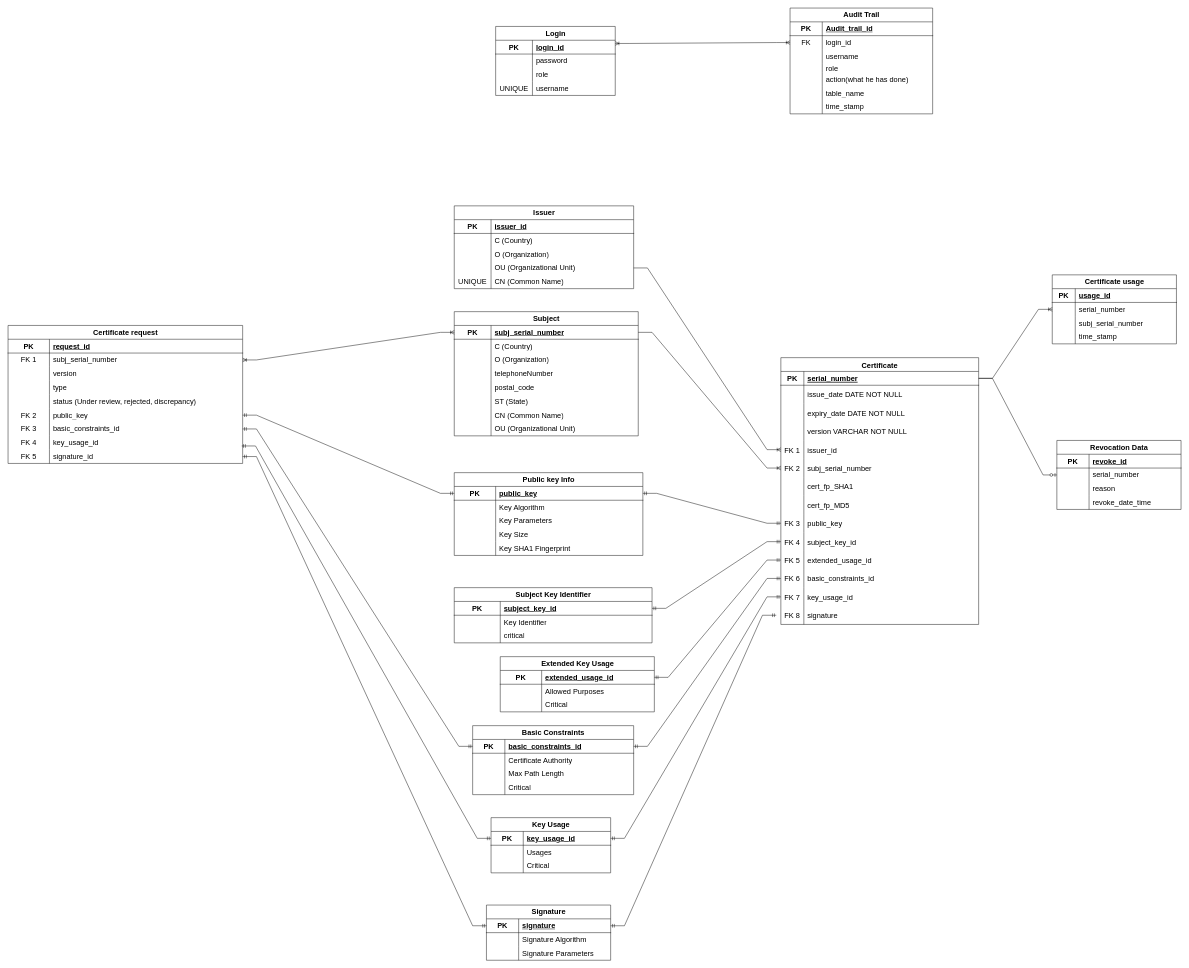
Earlier version of the draw.io diagram testDB1.drawio (mimoneysh/DB_Design). Source tidied: cells renumbered, new cells numbered last; positions are measured from the earlier drawing's top-left corner, leaving out a move shared by most shapes. Both pictures are drawn from the tidied source at 46%, with x=0, y=0 at pixel (8, 8).
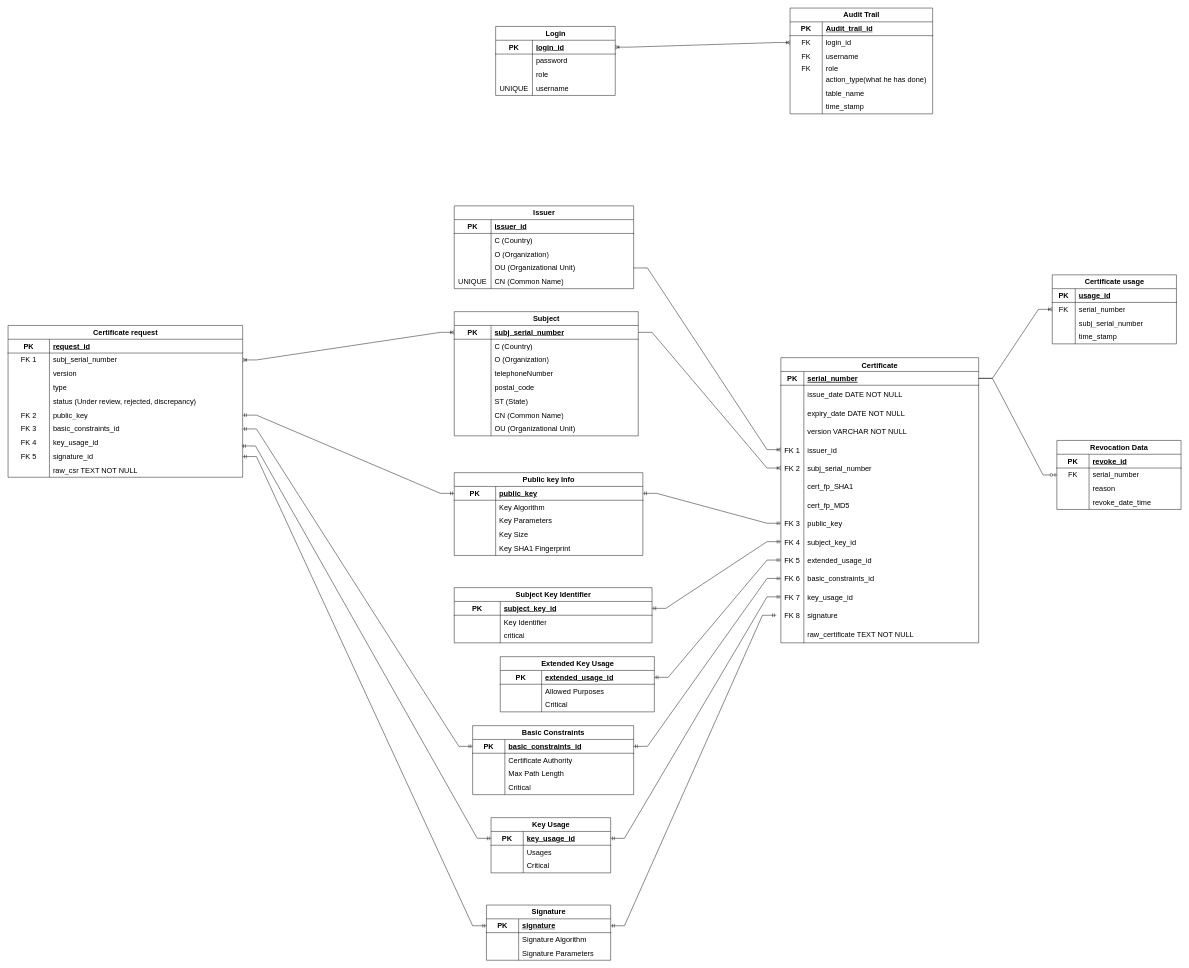
The same diagram, later.

The change refers to these unchanged cells:
```xml
<mxCell id="184" style="shape=tableRow;horizontal=0;startSize=0;swimlaneHead=0;swimlaneBody=0;fillColor=none;points=[[0,0.5],[1,0.5]];portConstraint=eastwest;top=0;left=0;right=0;bottom=1;fontSize=16;" parent="183" vertex="1">
  <mxGeometry y="30" width="260" height="30" as="geometry" />
</mxCell>
<mxCell id="200" style="shape=tableRow;horizontal=0;startSize=0;swimlaneHead=0;swimlaneBody=0;fillColor=none;points=[[0,0.5],[1,0.5]];portConstraint=eastwest;top=0;left=0;right=0;bottom=0;fontSize=16;" parent="196" vertex="1">
  <mxGeometry y="60" width="310" height="30" as="geometry" />
</mxCell>
<mxCell id="203" style="shape=tableRow;horizontal=0;startSize=0;swimlaneHead=0;swimlaneBody=0;fillColor=none;top=0;left=0;right=0;bottom=0;fontSize=16;" parent="196" vertex="1">
  <mxGeometry y="90" width="310" height="30" as="geometry" />
</mxCell>
<mxCell id="206" style="shape=tableRow;horizontal=0;startSize=0;swimlaneHead=0;swimlaneBody=0;fillColor=none;top=0;left=0;right=0;bottom=0;fontSize=16;" parent="196" vertex="1">
  <mxGeometry y="120" width="310" height="20" as="geometry" />
</mxCell>
<mxCell id="209" style="shape=tableRow;horizontal=0;startSize=0;swimlaneHead=0;swimlaneBody=0;fillColor=none;top=0;left=0;right=0;bottom=0;fontSize=16;" parent="196" vertex="1">
  <mxGeometry y="140" width="310" height="30" as="geometry" />
</mxCell>
<mxCell id="222" style="shape=tableRow;horizontal=0;startSize=0;swimlaneHead=0;swimlaneBody=0;fillColor=none;points=[[0,0.5],[1,0.5]];portConstraint=eastwest;top=0;left=0;right=0;bottom=0;fontSize=16;" parent="218" vertex="1">
  <mxGeometry y="60" width="270" height="30" as="geometry" />
</mxCell>
<mxCell id="235" style="shape=tableRow;horizontal=0;startSize=0;swimlaneHead=0;swimlaneBody=0;fillColor=none;points=[[0,0.5],[1,0.5]];portConstraint=eastwest;top=0;left=0;right=0;bottom=0;fontSize=16;" parent="231" vertex="1">
  <mxGeometry y="60" width="270" height="30" as="geometry" />
</mxCell>
```

Diff of the diagram source:
```diff
@@
     <mxCell id="2" value="Certificate" style="shape=table;startSize=30;childLayout=tableLayout;rowLines=0;fontStyle=1;align=center;fillColor=none;strokeColor=#000000;fontSize=16;" parent="1" vertex="1">
-      <mxGeometry x="1680" y="760" width="430" height="580" as="geometry" />
+      <mxGeometry x="1680" y="760" width="430" height="620" as="geometry" />
     </mxCell>
@@
+    <mxCell id="260" style="shape=partialRectangle;fillColor=none;top=0;left=0;right=0;bottom=0;fontSize=16;" parent="2" vertex="1">
+      <mxGeometry y="580" width="430" height="40" as="geometry" />
+    </mxCell>
+    <mxCell id="261" style="shape=partialRectangle;overflow=hidden;fillColor=none;top=0;left=0;bottom=0;right=0;strokeColor=#000000;fontSize=16;" parent="260" vertex="1">
+      <mxGeometry width="50" height="40" as="geometry" />
+    </mxCell>
+    <mxCell id="262" value="raw_certificate TEXT NOT NULL" style="shape=partialRectangle;overflow=hidden;fillColor=none;top=0;left=0;bottom=0;right=0;align=left;spacingLeft=6;dashed=1;strokeColor=#000000;fontSize=16;" parent="260" vertex="1">
+      <mxGeometry x="50" width="380" height="40" as="geometry" />
+    </mxCell>
@@
     <mxCell id="155" value="Certificate request" style="shape=table;startSize=30;childLayout=tableLayout;rowLines=0;fontStyle=1;align=center;html=1;fontSize=16;" parent="1" vertex="1">
-      <mxGeometry y="690" width="510" height="300" as="geometry" />
+      <mxGeometry y="690" width="510" height="330" as="geometry" />
     </mxCell>
@@
+    <mxCell id="263" style="shape=tableRow;horizontal=0;startSize=0;swimlaneHead=0;swimlaneBody=0;fillColor=none;top=0;left=0;right=0;bottom=0;fontSize=16;" parent="155" vertex="1">
+      <mxGeometry y="300" width="510" height="30" as="geometry" />
+    </mxCell>
+    <mxCell id="264" style="shape=partialRectangle;fillColor=none;top=0;left=0;bottom=0;right=0;overflow=hidden;whiteSpace=wrap;html=1;fontSize=16;" parent="263" vertex="1">
+      <mxGeometry width="90" height="30" as="geometry" />
+    </mxCell>
+    <mxCell id="265" value="raw_csr TEXT NOT NULL" style="shape=partialRectangle;fillColor=none;top=0;left=0;bottom=0;right=0;align=left;spacingLeft=6;overflow=hidden;whiteSpace=wrap;html=1;fontSize=16;" parent="263" vertex="1">
+      <mxGeometry x="90" width="420" height="30" as="geometry" />
+    </mxCell>
@@
-    <mxCell id="204" style="shape=partialRectangle;fillColor=none;top=0;left=0;bottom=0;right=0;overflow=hidden;whiteSpace=wrap;html=1;fontSize=16;" parent="203" vertex="1">
+    <mxCell id="204" value="FK" style="shape=partialRectangle;fillColor=none;top=0;left=0;bottom=0;right=0;overflow=hidden;whiteSpace=wrap;html=1;fontSize=16;" parent="203" vertex="1">
       <mxGeometry width="70" height="30" as="geometry" />
     </mxCell>
@@
-    <mxCell id="207" style="shape=partialRectangle;fillColor=none;top=0;left=0;bottom=0;right=0;overflow=hidden;whiteSpace=wrap;html=1;fontSize=16;" parent="206" vertex="1">
+    <mxCell id="207" value="FK" style="shape=partialRectangle;fillColor=none;top=0;left=0;bottom=0;right=0;overflow=hidden;whiteSpace=wrap;html=1;fontSize=16;" parent="206" vertex="1">
       <mxGeometry width="70" height="20" as="geometry" />
     </mxCell>
@@
-    <mxCell id="211" value="action(what he has done)" style="shape=partialRectangle;fillColor=none;top=0;left=0;bottom=0;right=0;align=left;spacingLeft=6;overflow=hidden;whiteSpace=wrap;html=1;fontSize=16;" parent="209" vertex="1">
+    <mxCell id="211" value="action_type(what he has done)" style="shape=partialRectangle;fillColor=none;top=0;left=0;bottom=0;right=0;align=left;spacingLeft=6;overflow=hidden;whiteSpace=wrap;html=1;fontSize=16;" parent="209" vertex="1">
       <mxGeometry x="70" width="240" height="30" as="geometry" />
     </mxCell>
@@
-    <mxCell id="223" style="shape=partialRectangle;fillColor=none;top=0;left=0;bottom=0;right=0;overflow=hidden;whiteSpace=wrap;html=1;fontSize=16;" parent="222" vertex="1">
+    <mxCell id="223" value="FK" style="shape=partialRectangle;fillColor=none;top=0;left=0;bottom=0;right=0;overflow=hidden;whiteSpace=wrap;html=1;fontSize=16;" parent="222" vertex="1">
       <mxGeometry width="50" height="30" as="geometry" />
     </mxCell>
@@
-    <mxCell id="236" style="shape=partialRectangle;fillColor=none;top=0;left=0;bottom=0;right=0;overflow=hidden;whiteSpace=wrap;html=1;fontSize=16;" parent="235" vertex="1">
+    <mxCell id="236" value="FK" style="shape=partialRectangle;fillColor=none;top=0;left=0;bottom=0;right=0;overflow=hidden;whiteSpace=wrap;html=1;fontSize=16;" parent="235" vertex="1">
       <mxGeometry width="70" height="30" as="geometry" />
     </mxCell>
@@
-    <mxCell id="251" style="edgeStyle=entityRelationEdgeStyle;fontSize=12;html=1;endArrow=ERoneToMany;startArrow=ERoneToMany;rounded=0;exitX=1;exitY=0.233;exitDx=0;exitDy=0;exitPerimeter=0;entryX=0;entryY=0.5;entryDx=0;entryDy=0;" parent="1" edge="1" source="184" target="200">
+    <mxCell id="251" style="edgeStyle=entityRelationEdgeStyle;fontSize=12;html=1;endArrow=ERoneToMany;startArrow=ERoneToMany;rounded=0;exitX=1;exitY=0.5;exitDx=0;exitDy=0;" parent="1" edge="1" source="184" target="200">
       <mxGeometry relative="1" as="geometry" />
     </mxCell>
```
